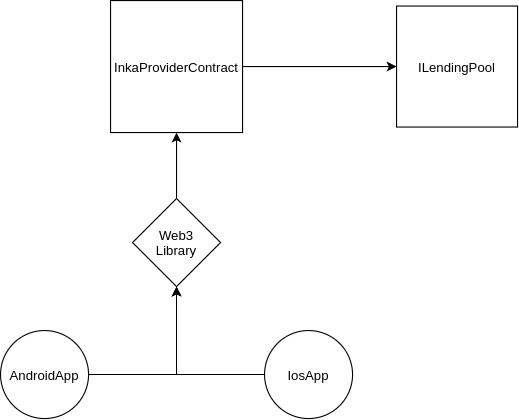
Before: inka_dig.png, a diagram exported from draw.io (Inka-Finance/inka-pancakeswap-provider). Source tidied: cells renumbered, new cells last; positions are measured from the earlier drawing's top-left corner, leaving out a move shared by most shapes.
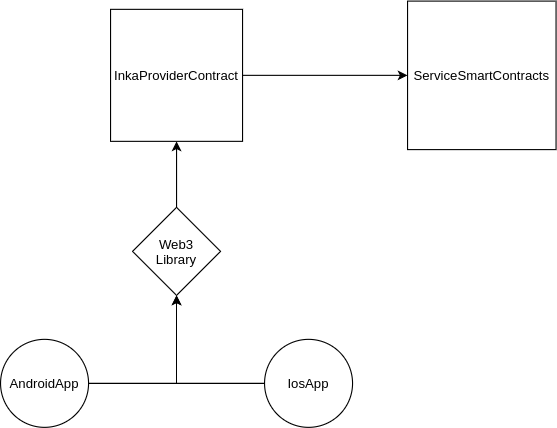
After the commit.

Diff of the diagram source:
```diff
@@ -26,8 +26,8 @@
     <mxCell id="9" value="InkaProviderContract" style="whiteSpace=wrap;html=1;" parent="1" vertex="1">
       <mxGeometry x="100" width="120" height="120" as="geometry" />
     </mxCell>
-    <mxCell id="10" value="ILendingPool" style="whiteSpace=wrap;html=1;" parent="1" vertex="1">
-      <mxGeometry x="360" y="5" width="110" height="110" as="geometry" />
+    <mxCell id="10" value="ServiceSmartContracts" style="whiteSpace=wrap;html=1;" parent="1" vertex="1">
+      <mxGeometry x="370" y="-7.5" width="135" height="135" as="geometry" />
     </mxCell>
   </root>
 </mxGraphModel>
```
